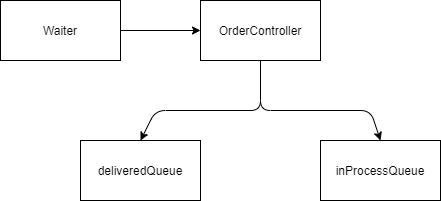
Before: images/ChefChart.png, a diagram exported from draw.io (nsnyder1992/OrderProcessingSystem). Source tidied: cells renumbered, new cells last; positions are measured from the earlier drawing's top-left corner, leaving out a move shared by most shapes.
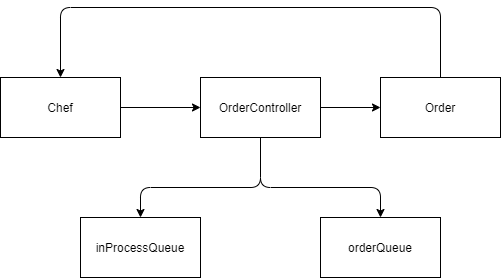
After the commit.

What changed in the source:
```diff
@@ -2,36 +2,50 @@
   <root>
     <mxCell id="0" />
     <mxCell id="1" parent="0" />
-    <mxCell id="2" value="Waiter" style="rounded=0;whiteSpace=wrap;html=1;" parent="1" vertex="1">
+    <mxCell id="2" value="Chef" style="rounded=0;whiteSpace=wrap;html=1;" parent="1" vertex="1">
       <mxGeometry width="120" height="60" as="geometry" />
     </mxCell>
+    <mxCell id="5" style="edgeStyle=orthogonalEdgeStyle;rounded=0;jettySize=auto;html=1;" parent="1" edge="1" source="3" target="6">
+      <mxGeometry relative="1" as="geometry" />
+    </mxCell>
     <mxCell id="3" value="OrderController" style="rounded=0;whiteSpace=wrap;html=1;" parent="1" vertex="1">
       <mxGeometry x="200" width="120" height="60" as="geometry" />
     </mxCell>
     <mxCell id="4" style="endArrow=classic;html=1;exitX=1;exitY=0.5;exitDx=0;exitDy=0;entryX=0;entryY=0.5;entryDx=0;entryDy=0;" parent="1" edge="1" source="2" target="3">
       <mxGeometry relative="1" as="geometry" />
     </mxCell>
-    <mxCell id="5" style="endArrow=classic;html=1;exitX=0.5;exitY=1;exitDx=0;exitDy=0;entryX=0.5;entryY=0;entryDx=0;entryDy=0;" parent="1" edge="1" source="3" target="6">
-      <mxGeometry relative="1" as="geometry">
-        <Array as="points">
-          <mxPoint x="260" y="110" />
-          <mxPoint x="370" y="110" />
-        </Array>
-      </mxGeometry>
-    </mxCell>
-    <mxCell id="6" value="inProcessQueue" style="rounded=0;whiteSpace=wrap;html=1;" parent="1" vertex="1">
-      <mxGeometry x="320" y="140" width="120" height="60" as="geometry" />
+    <mxCell id="6" value="Order" style="rounded=0;whiteSpace=wrap;html=1;" parent="1" vertex="1">
+      <mxGeometry x="380" width="120" height="60" as="geometry" />
     </mxCell>
-    <mxCell id="7" value="&lt;span&gt;deliveredQueue&lt;/span&gt;" style="rounded=0;whiteSpace=wrap;html=1;" parent="1" vertex="1">
-      <mxGeometry x="80" y="140" width="120" height="60" as="geometry" />
+    <mxCell id="7" value="&lt;span&gt;orderQueue&lt;/span&gt;" style="rounded=0;whiteSpace=wrap;html=1;" parent="1" vertex="1">
+      <mxGeometry x="320" y="140" width="120" height="60" as="geometry" />
     </mxCell>
     <mxCell id="8" style="endArrow=classic;html=1;exitX=0.5;exitY=1;exitDx=0;exitDy=0;entryX=0.5;entryY=0;entryDx=0;entryDy=0;" parent="1" edge="1" source="3" target="7">
       <mxGeometry relative="1" as="geometry">
         <Array as="points">
           <mxPoint x="260" y="110" />
-          <mxPoint x="155" y="110" />
+          <mxPoint x="380" y="110" />
         </Array>
       </mxGeometry>
     </mxCell>
+    <mxCell id="9" style="endArrow=classic;html=1;exitX=0.5;exitY=0;exitDx=0;exitDy=0;entryX=0.5;entryY=0;entryDx=0;entryDy=0;" parent="1" edge="1" source="6" target="2">
+      <mxGeometry relative="1" as="geometry">
+        <Array as="points">
+          <mxPoint x="440" y="-70" />
+          <mxPoint x="60" y="-70" />
+        </Array>
+      </mxGeometry>
+    </mxCell>
+    <mxCell id="10" value="&lt;span&gt;inProcessQueue&lt;/span&gt;" style="rounded=0;whiteSpace=wrap;html=1;" parent="1" vertex="1">
+      <mxGeometry x="80" y="140" width="120" height="60" as="geometry" />
+    </mxCell>
+    <mxCell id="11" style="endArrow=classic;html=1;exitX=0.5;exitY=1;exitDx=0;exitDy=0;entryX=0.5;entryY=0;entryDx=0;entryDy=0;" parent="1" edge="1" source="3" target="10">
+      <mxGeometry relative="1" as="geometry">
+        <Array as="points">
+          <mxPoint x="260" y="110" />
+          <mxPoint x="140" y="110" />
+        </Array>
+      </mxGeometry>
+    </mxCell>
   </root>
 </mxGraphModel>
```
